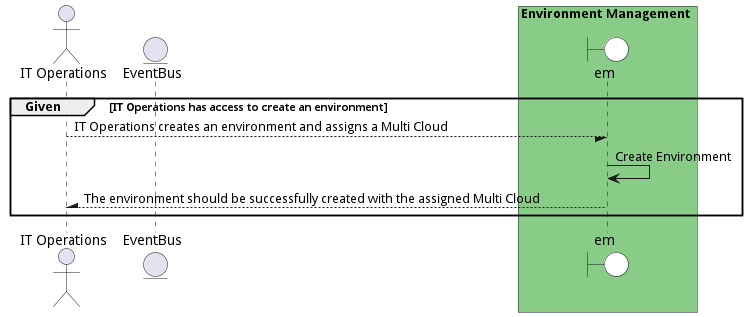
Earlier version of the PlantUML export docs/edgemere/aml/ds/em/usecases/manageenvironment/CreateEnvironment.png (madajaju/edgemere). Source of this version:
```plantuml
@startuml


actor "IT Operations"


entity EventBus

box Environment Management #88cc88
    boundary em #white
end box


group Given [IT Operations has access to create an environment]

"IT Operations" --/ em: IT Operations creates an environment and assigns a Multi Cloud
"em" -> em: Create Environment



"IT Operations" /-- em: The environment should be successfully created with the assigned Multi Cloud


end

@enduml
```
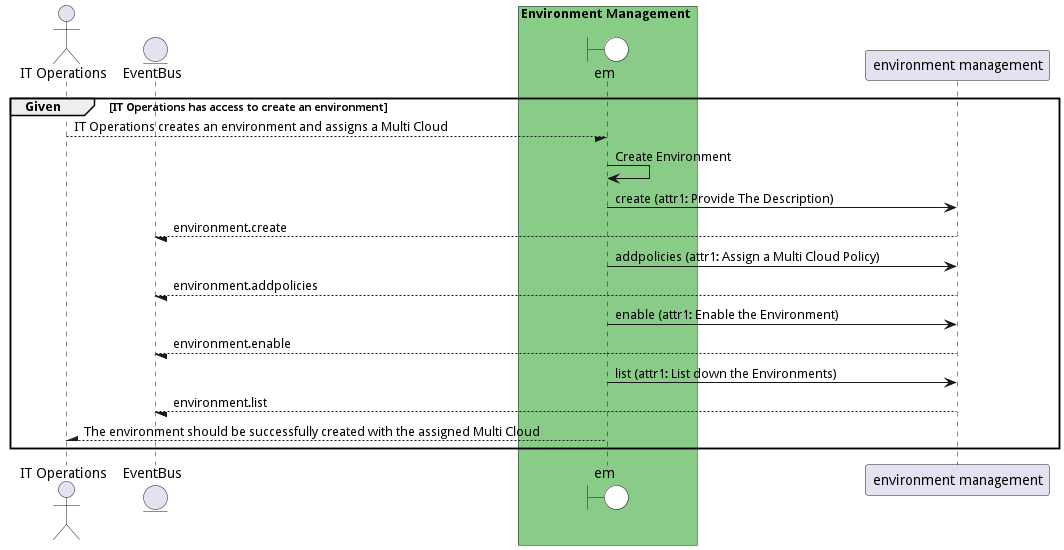
After the change.

The edit, as a diff of the source:
```diff
@@ -11,10 +11,29 @@
 end box
 
 
+box Environment Management #88cc88
+    end box
+
 group Given [IT Operations has access to create an environment]
 
 "IT Operations" --/ em: IT Operations creates an environment and assigns a Multi Cloud
 "em" -> em: Create Environment
+
+    em -> "environment management": create (attr1: Provide The Description)
+
+    "environment management" --/ EventBus: environment.create
+
+    em -> "environment management": addpolicies (attr1: Assign a Multi Cloud Policy)
+
+    "environment management" --/ EventBus: environment.addpolicies
+
+    em -> "environment management": enable (attr1: Enable the Environment)
+
+    "environment management" --/ EventBus: environment.enable
+
+    em -> "environment management": list (attr1: List down the Environments)
+
+    "environment management" --/ EventBus: environment.list
 
 
 
```
